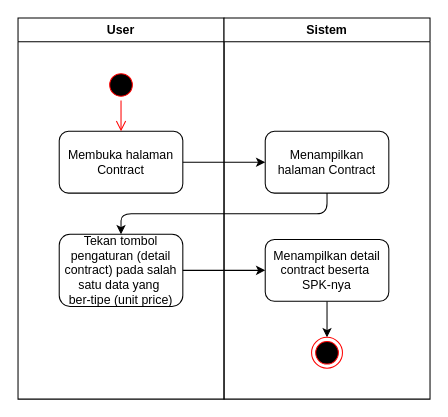
Above: contract/SPK.drawio in rismanrhz/idms (draw.io), before the change. Source tidied: cells renumbered, new cells numbered last; positions are measured from the earlier drawing's top-left corner, leaving out a move shared by most shapes. Both pictures are drawn from the tidied source at 103%, with x=0, y=0 at pixel (18, 18).
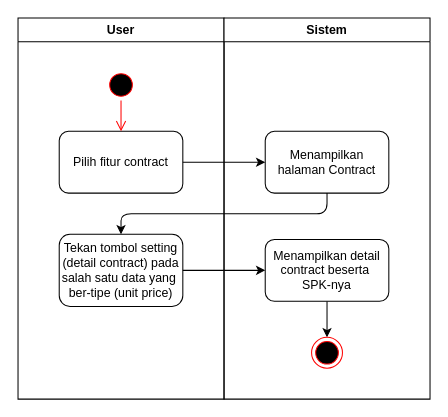
After the change.

The edit, as a diff of the source:
```diff
@@
 <mxGraphModel>
   <root>
     <mxCell id="0" />
     <mxCell id="1" parent="0" />
     <mxCell id="2" value="User" style="swimlane;whiteSpace=wrap;html=1;" parent="1" vertex="1">
       <mxGeometry width="200" height="370" as="geometry" />
     </mxCell>
     <mxCell id="3" style="ellipse;html=1;shape=startState;fillColor=#000000;strokeColor=#ff0000;" parent="2" vertex="1">
       <mxGeometry x="85" y="50" width="30" height="30" as="geometry" />
     </mxCell>
-    <mxCell id="4" value="Membuka halaman Contract" style="rounded=1;whiteSpace=wrap;html=1;" parent="2" vertex="1">
+    <mxCell id="4" value="Pilih fitur contract" style="rounded=1;whiteSpace=wrap;html=1;" parent="2" vertex="1">
       <mxGeometry x="40" y="110" width="120" height="60" as="geometry" />
     </mxCell>
     <mxCell id="5" style="edgeStyle=orthogonalEdgeStyle;html=1;verticalAlign=bottom;endArrow=open;endSize=8;strokeColor=#ff0000;entryX=0.5;entryY=0;entryDx=0;entryDy=0;" parent="2" edge="1" source="3" target="4">
       <mxGeometry relative="1" as="geometry" />
     </mxCell>
-    <mxCell id="6" value="Tekan tombol pengaturan (detail contract) pada salah satu data yang&amp;nbsp;&lt;div&gt;ber-tipe (unit price)&lt;/div&gt;" style="rounded=1;whiteSpace=wrap;html=1;" parent="2" vertex="1">
+    <mxCell id="6" value="Tekan tombol setting (detail contract) pada salah satu data yang&amp;nbsp;&lt;div&gt;ber-tipe (unit price)&lt;/div&gt;" style="rounded=1;whiteSpace=wrap;html=1;" parent="2" vertex="1">
       <mxGeometry x="40" y="210" width="120" height="70" as="geometry" />
     </mxCell>
     <mxCell id="7" value="Sistem" style="swimlane;whiteSpace=wrap;html=1;" parent="1" vertex="1">
       <mxGeometry x="200" width="200" height="370" as="geometry" />
     </mxCell>
     <mxCell id="8" value="Menampilkan halaman Contract" style="rounded=1;whiteSpace=wrap;html=1;" parent="7" vertex="1">
       <mxGeometry x="40" y="110" width="120" height="60" as="geometry" />
     </mxCell>
     <mxCell id="9" style="edgeStyle=none;html=1;" parent="7" edge="1" source="10" target="11">
       <mxGeometry relative="1" as="geometry" />
     </mxCell>
     <mxCell id="10" value="Menampilkan detail contract beserta&amp;nbsp;&lt;div&gt;SPK-nya&lt;/div&gt;" style="rounded=1;whiteSpace=wrap;html=1;" parent="7" vertex="1">
       <mxGeometry x="40" y="215" width="120" height="60" as="geometry" />
     </mxCell>
     <mxCell id="11" style="ellipse;html=1;shape=endState;fillColor=#000000;strokeColor=#ff0000;" parent="7" vertex="1">
       <mxGeometry x="85" y="310" width="30" height="30" as="geometry" />
     </mxCell>
     <mxCell id="12" style="edgeStyle=none;html=1;" parent="1" edge="1" source="4" target="8">
       <mxGeometry relative="1" as="geometry" />
     </mxCell>
     <mxCell id="13" style="edgeStyle=none;html=1;entryX=0.5;entryY=0;entryDx=0;entryDy=0;exitX=0.5;exitY=1;exitDx=0;exitDy=0;" parent="1" edge="1" source="8" target="6">
       <mxGeometry relative="1" as="geometry">
         <Array as="points">
           <mxPoint x="300" y="190" />
           <mxPoint x="100" y="190" />
         </Array>
       </mxGeometry>
     </mxCell>
     <mxCell id="14" style="edgeStyle=none;html=1;" parent="1" edge="1" source="6" target="10">
       <mxGeometry relative="1" as="geometry" />
     </mxCell>
   </root>
 </mxGraphModel>
```
